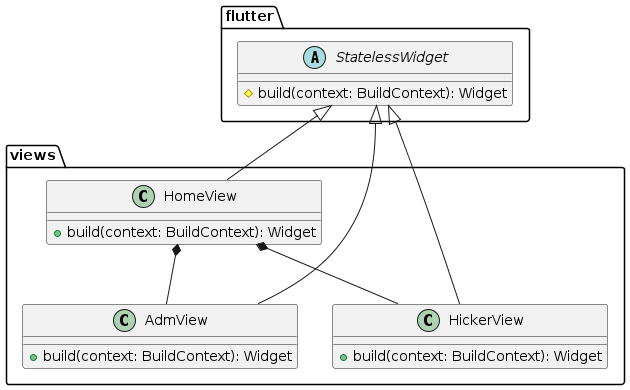
Earlier version of the PlantUML export docs/diagrams/out/class_diagrams/pe_na_pedra_class_diagram_6.png (tiagors09/pe_na_pedra).
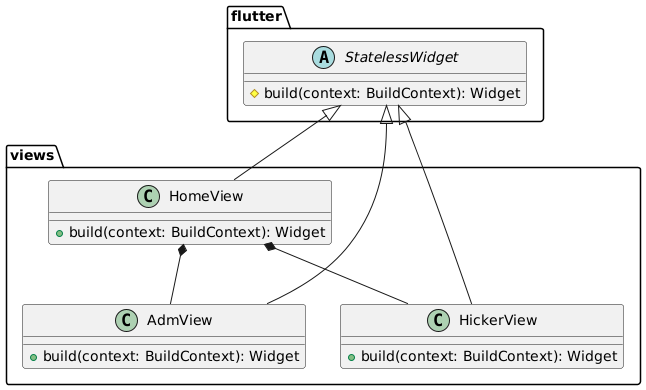
After the change.

Change to the diagram source:
```diff
@@ -1,4 +1,4 @@
-@startuml pe_na_pedra_class_diagram_6
+@startuml
 package flutter {
   abstract class StatelessWidget {
   # build(context: BuildContext): Widget
```
